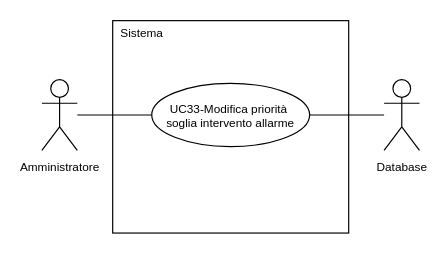
Earlier version of the draw.io diagram 2-RTB/Analisi_dei_requisiti/draw.io/UC33.drawio (SnakeByteTeam/snakebyteteam.github.io). Source tidied: cells renumbered, new cells numbered last; positions are measured from the earlier drawing's top-left corner, leaving out a move shared by most shapes. Both pictures are drawn from the tidied source at 118%, with x=0, y=0 at pixel (41, 20).
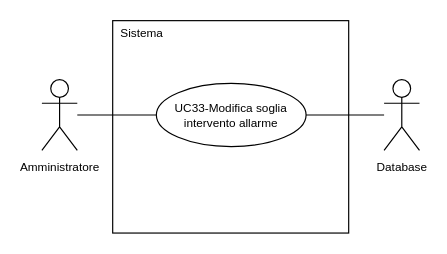
The same page after the edit.

Change to the diagram source:
```diff
@@
 <mxGraphModel>
   <root>
     <mxCell id="0" />
     <mxCell id="1" parent="0" />
     <mxCell id="2" value="&lt;font style=&quot;font-size: 10px; line-height: 100%;&quot;&gt;Amministratore&lt;/font&gt;" style="shape=umlActor;verticalLabelPosition=bottom;verticalAlign=top;html=1;outlineConnect=0;" parent="1" vertex="1">
       <mxGeometry y="50" width="30" height="60" as="geometry" />
     </mxCell>
     <mxCell id="3" style="rounded=0;whiteSpace=wrap;html=1;" parent="1" vertex="1">
       <mxGeometry x="60" width="200" height="180" as="geometry" />
     </mxCell>
     <mxCell id="4" style="edgeStyle=orthogonalEdgeStyle;rounded=0;jettySize=auto;html=1;exitX=0;exitY=0.5;exitDx=0;exitDy=0;endArrow=none;endFill=0;" parent="1" edge="1" source="5" target="2">
       <mxGeometry relative="1" as="geometry" />
     </mxCell>
-    <mxCell id="5" value="&lt;div style=&quot;line-height: 100%;&quot;&gt;&lt;font style=&quot;line-height: 100%; font-size: 10px;&quot;&gt;UC33-Modifica priorità&amp;nbsp;&lt;/font&gt;&lt;/div&gt;&lt;div style=&quot;line-height: 100%;&quot;&gt;&lt;font style=&quot;line-height: 100%; font-size: 10px;&quot;&gt;soglia intervento allarme&lt;br&gt;&lt;/font&gt;&lt;/div&gt;" style="ellipse;whiteSpace=wrap;html=1;" parent="1" vertex="1">
-      <mxGeometry x="93.1" y="53.2" width="133.8" height="53.5" as="geometry" />
+    <mxCell id="5" value="&lt;div style=&quot;line-height: 100%;&quot;&gt;&lt;font style=&quot;line-height: 100%; font-size: 10px;&quot;&gt;UC33-Modifica&amp;nbsp;&lt;/font&gt;&lt;span style=&quot;font-size: 10px; background-color: transparent; color: light-dark(rgb(0, 0, 0), rgb(255, 255, 255));&quot;&gt;soglia intervento allarme&lt;/span&gt;&lt;/div&gt;" style="ellipse;whiteSpace=wrap;html=1;" parent="1" vertex="1">
+      <mxGeometry x="97" y="53.2" width="126.9" height="53.5" as="geometry" />
     </mxCell>
     <mxCell id="6" value="&lt;font style=&quot;font-size: 10px;&quot;&gt;Sistema&lt;/font&gt;" style="text;html=1;whiteSpace=wrap;strokeColor=none;fillColor=none;align=center;verticalAlign=middle;rounded=0;" parent="1" vertex="1">
       <mxGeometry x="60" width="50" height="20" as="geometry" />
     </mxCell>
     <mxCell id="7" style="edgeStyle=orthogonalEdgeStyle;rounded=0;jettySize=auto;html=1;entryX=1;entryY=0.5;entryDx=0;entryDy=0;endArrow=none;endFill=0;" parent="1" edge="1" source="8" target="5">
       <mxGeometry relative="1" as="geometry" />
     </mxCell>
     <mxCell id="8" value="&lt;font style=&quot;font-size: 10px; line-height: 100%;&quot;&gt;Database&lt;/font&gt;" style="shape=umlActor;verticalLabelPosition=bottom;verticalAlign=top;html=1;outlineConnect=0;" parent="1" vertex="1">
       <mxGeometry x="290" y="50" width="30" height="60" as="geometry" />
     </mxCell>
   </root>
 </mxGraphModel>
```
